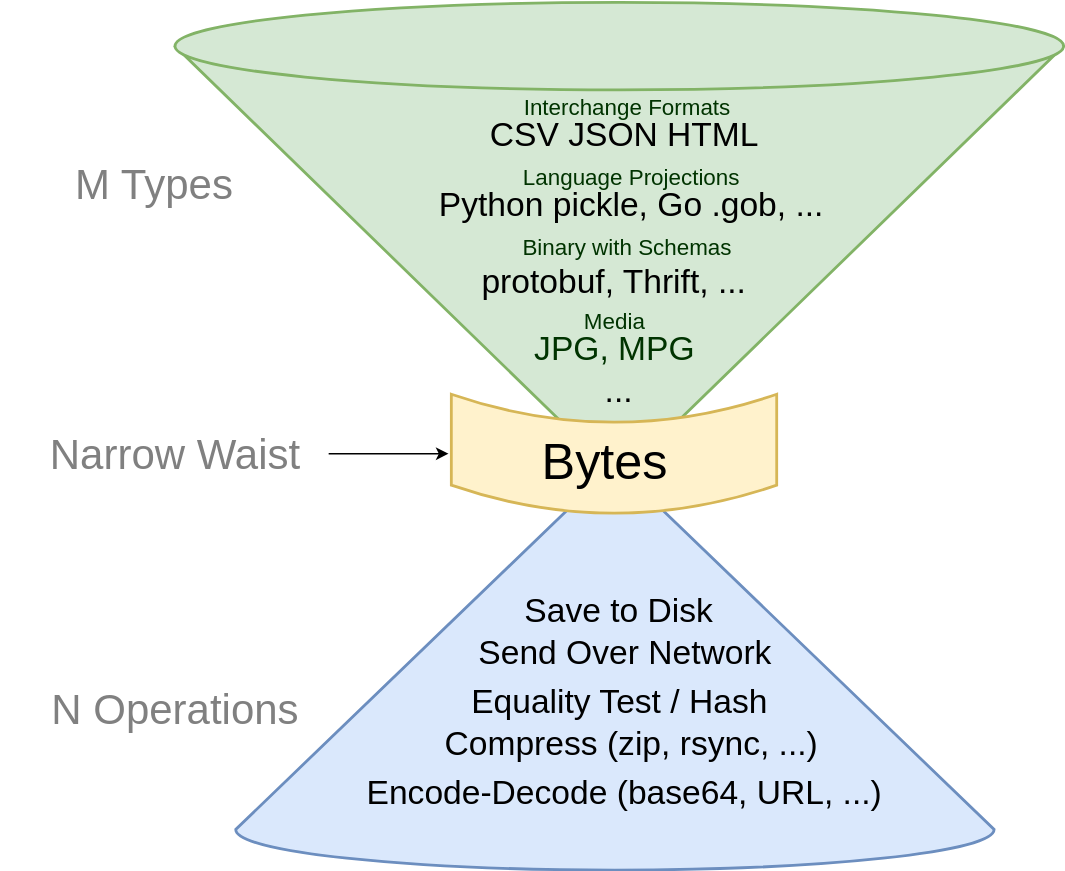
The draw.io diagram 2022-02/bytes-text-Page-1.drawio.svg in oils-for-unix/diagrams-test, before a commit. Source tidied: cells renumbered, new cells last; positions are measured from the earlier drawing's top-left corner, leaving out a move shared by most shapes.
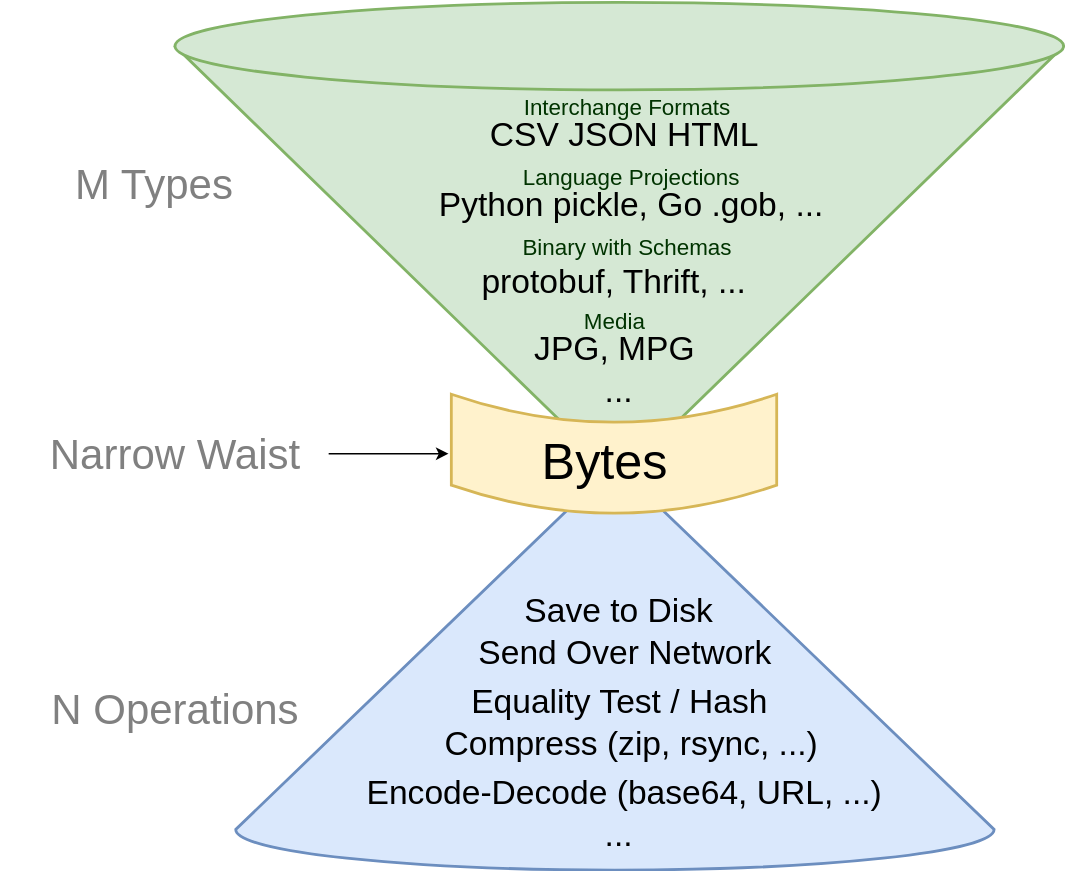
The same file after the commit.

What changed in the source:
```diff
@@ -62,11 +62,14 @@
     <mxCell id="21" value="Binary with Schemas" style="text;html=1;strokeColor=none;fillColor=none;align=center;verticalAlign=middle;whiteSpace=wrap;rounded=0;fontSize=16;fontColor=#003300;" parent="1" vertex="1">
       <mxGeometry x="333.2" y="160" width="230" height="30" as="geometry" />
     </mxCell>
-    <mxCell id="22" value="JPG, MPG" style="text;html=1;strokeColor=none;fillColor=none;align=center;verticalAlign=middle;whiteSpace=wrap;rounded=0;fontSize=24;fontColor=#003300;" parent="1" vertex="1">
+    <mxCell id="22" value="JPG, MPG" style="text;html=1;strokeColor=none;fillColor=none;align=center;verticalAlign=middle;whiteSpace=wrap;rounded=0;fontSize=24;fontColor=#000000;" parent="1" vertex="1">
       <mxGeometry x="290.8" y="232.5" width="296.2" height="30" as="geometry" />
     </mxCell>
     <mxCell id="23" value="Media" style="text;html=1;strokeColor=none;fillColor=none;align=center;verticalAlign=middle;whiteSpace=wrap;rounded=0;fontSize=16;fontColor=#003300;" parent="1" vertex="1">
       <mxGeometry x="323.9" y="215" width="230" height="25" as="geometry" />
     </mxCell>
+    <mxCell id="24" value="..." style="text;html=1;strokeColor=none;fillColor=none;align=center;verticalAlign=middle;whiteSpace=wrap;rounded=0;fontSize=24;" parent="1" vertex="1">
+      <mxGeometry x="412" y="580" width="60" height="30" as="geometry" />
+    </mxCell>
   </root>
 </mxGraphModel>
```
